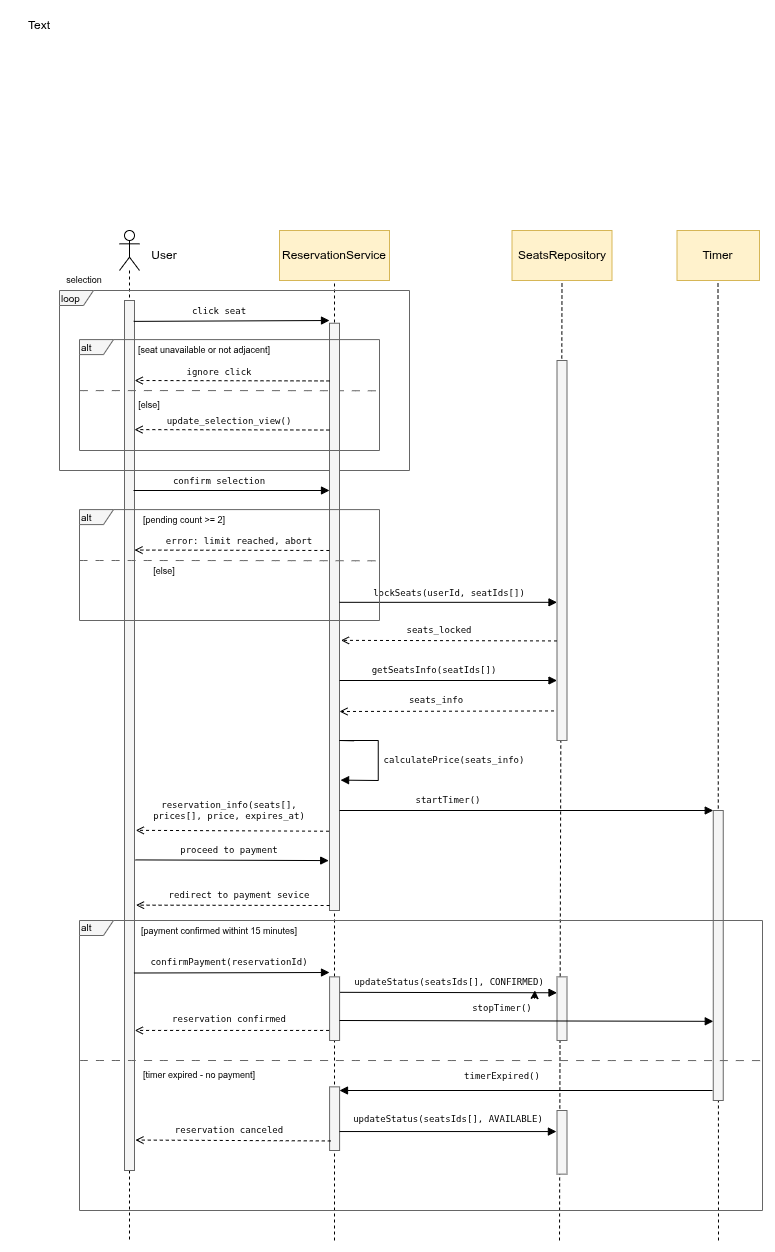
Before: Problem2 - SeatsReservation/Diagrams/P2_SD1_2.drawio.png, a diagram exported from draw.io (wojciechbukala/SoftwareRequirements). Source tidied: cells renumbered, new cells last; positions are measured from the earlier drawing's top-left corner, leaving out a move shared by most shapes.
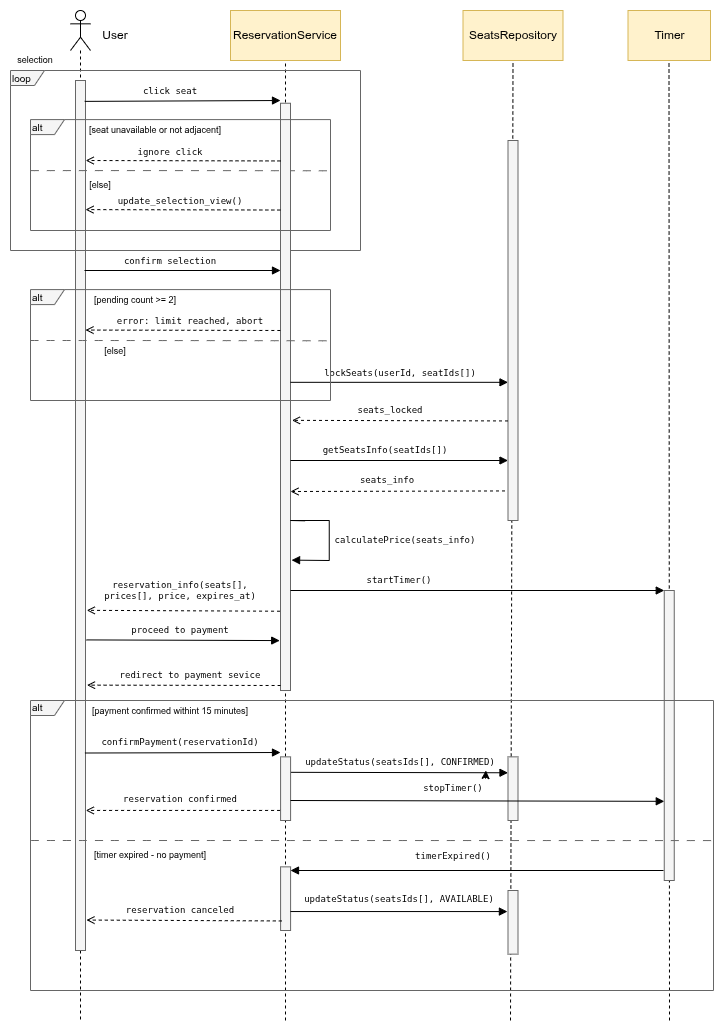
After the commit.

Diff of the diagram source:
```diff
@@ -291,8 +291,5 @@
     <mxCell id="74" style="edgeStyle=orthogonalEdgeStyle;rounded=0;jettySize=auto;html=1;exitX=0.75;exitY=0;exitDx=0;exitDy=0;entryX=0.927;entryY=0.909;entryDx=0;entryDy=0;entryPerimeter=0;" parent="1" edge="1" source="61" target="57">
       <mxGeometry relative="1" as="geometry" />
     </mxCell>
-    <mxCell id="75" value="Text" style="text;html=1;whiteSpace=wrap;strokeColor=none;fillColor=none;align=center;verticalAlign=middle;rounded=0;" parent="1" vertex="1">
-      <mxGeometry width="60" height="30" as="geometry" />
-    </mxCell>
   </root>
 </mxGraphModel>
```
